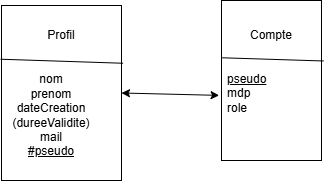
Above: Documents/Schema rel bdd user.png in Ray-an2/Kanban-RE (draw.io), before the change. Source tidied: cells renumbered, new cells last; positions are measured from the earlier drawing's top-left corner, leaving out a move shared by most shapes. The source it was exported from:
```xml
<mxGraphModel>
  <root>
    <mxCell id="0" />
    <mxCell id="1" parent="0" />
    <mxCell id="2" style="rounded=0;whiteSpace=wrap;html=1;" parent="1" vertex="1">
      <mxGeometry x="220" width="100" height="160" as="geometry" />
    </mxCell>
    <mxCell id="3" style="endArrow=none;html=1;rounded=0;exitX=0.007;exitY=0.358;exitDx=0;exitDy=0;exitPerimeter=0;entryX=1.02;entryY=0.378;entryDx=0;entryDy=0;entryPerimeter=0;" parent="1" edge="1" source="2" target="2">
      <mxGeometry relative="1" as="geometry" />
    </mxCell>
    <mxCell id="4" value="Compte" style="text;html=1;whiteSpace=wrap;strokeColor=none;fillColor=none;align=center;verticalAlign=middle;rounded=0;" parent="1" vertex="1">
      <mxGeometry x="240" y="20" width="60" height="30" as="geometry" />
    </mxCell>
    <mxCell id="5" value="&lt;u&gt;pseudo&lt;/u&gt;&lt;div&gt;mdp&lt;/div&gt;&lt;div&gt;role&lt;/div&gt;" style="text;html=1;whiteSpace=wrap;strokeColor=none;fillColor=none;align=left;verticalAlign=middle;rounded=0;" parent="1" vertex="1">
      <mxGeometry x="224" y="50" width="60" height="85" as="geometry" />
    </mxCell>
    <mxCell id="6" style="rounded=0;whiteSpace=wrap;html=1;" parent="1" vertex="1">
      <mxGeometry y="5" width="120" height="175" as="geometry" />
    </mxCell>
    <mxCell id="7" value="Profil" style="text;html=1;whiteSpace=wrap;strokeColor=none;fillColor=none;align=center;verticalAlign=middle;rounded=0;" parent="1" vertex="1">
      <mxGeometry x="30" y="20" width="60" height="30" as="geometry" />
    </mxCell>
    <mxCell id="8" style="endArrow=none;html=1;rounded=0;exitX=-0.007;exitY=0.307;exitDx=0;exitDy=0;exitPerimeter=0;entryX=1.013;entryY=0.33;entryDx=0;entryDy=0;entryPerimeter=0;" parent="1" edge="1" source="6" target="6">
      <mxGeometry relative="1" as="geometry" />
    </mxCell>
    <mxCell id="9" value="nom&lt;div&gt;prenom&lt;/div&gt;&lt;div&gt;dateCreation&lt;/div&gt;&lt;div&gt;(dureeValidite)&lt;/div&gt;&lt;div&gt;mail&lt;/div&gt;&lt;div&gt;&lt;u&gt;#pseudo&lt;/u&gt;&lt;/div&gt;" style="text;html=1;whiteSpace=wrap;strokeColor=none;fillColor=none;align=center;verticalAlign=middle;rounded=0;" parent="1" vertex="1">
      <mxGeometry x="20" y="70" width="60" height="90" as="geometry" />
    </mxCell>
    <mxCell id="10" style="endArrow=classic;startArrow=classic;html=1;rounded=0;exitX=1;exitY=0.5;exitDx=0;exitDy=0;entryX=-0.024;entryY=0.593;entryDx=0;entryDy=0;entryPerimeter=0;" parent="1" edge="1" source="6" target="2">
      <mxGeometry relative="1" as="geometry" />
    </mxCell>
  </root>
</mxGraphModel>
```
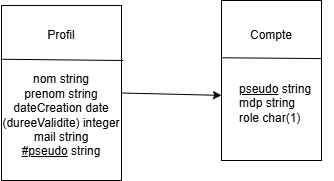
After the change.

Commit message:
Correction schéma relationnel user

The edit, as a diff of the source:
```diff
@@ -5,14 +5,14 @@
     <mxCell id="2" style="rounded=0;whiteSpace=wrap;html=1;" parent="1" vertex="1">
       <mxGeometry x="220" width="100" height="160" as="geometry" />
     </mxCell>
-    <mxCell id="3" style="endArrow=none;html=1;rounded=0;exitX=0.007;exitY=0.358;exitDx=0;exitDy=0;exitPerimeter=0;entryX=1.02;entryY=0.378;entryDx=0;entryDy=0;entryPerimeter=0;" parent="1" edge="1" source="2" target="2">
+    <mxCell id="3" style="endArrow=none;html=1;rounded=0;exitX=0.007;exitY=0.358;exitDx=0;exitDy=0;exitPerimeter=0;entryX=1;entryY=0.363;entryDx=0;entryDy=0;entryPerimeter=0;" parent="1" edge="1" source="2" target="2">
       <mxGeometry relative="1" as="geometry" />
     </mxCell>
     <mxCell id="4" value="Compte" style="text;html=1;whiteSpace=wrap;strokeColor=none;fillColor=none;align=center;verticalAlign=middle;rounded=0;" parent="1" vertex="1">
       <mxGeometry x="240" y="20" width="60" height="30" as="geometry" />
     </mxCell>
-    <mxCell id="5" value="&lt;u&gt;pseudo&lt;/u&gt;&lt;div&gt;mdp&lt;/div&gt;&lt;div&gt;role&lt;/div&gt;" style="text;html=1;whiteSpace=wrap;strokeColor=none;fillColor=none;align=left;verticalAlign=middle;rounded=0;" parent="1" vertex="1">
-      <mxGeometry x="224" y="50" width="60" height="85" as="geometry" />
+    <mxCell id="5" value="&lt;u&gt;pseudo&lt;/u&gt;&amp;nbsp;string&lt;div&gt;mdp string&lt;/div&gt;&lt;div&gt;role char(1)&lt;/div&gt;" style="text;html=1;whiteSpace=wrap;strokeColor=none;fillColor=none;align=left;verticalAlign=middle;rounded=0;" parent="1" vertex="1">
+      <mxGeometry x="236" y="60" width="96" height="85" as="geometry" />
     </mxCell>
     <mxCell id="6" style="rounded=0;whiteSpace=wrap;html=1;" parent="1" vertex="1">
       <mxGeometry y="5" width="120" height="175" as="geometry" />
@@ -20,13 +20,15 @@
     <mxCell id="7" value="Profil" style="text;html=1;whiteSpace=wrap;strokeColor=none;fillColor=none;align=center;verticalAlign=middle;rounded=0;" parent="1" vertex="1">
       <mxGeometry x="30" y="20" width="60" height="30" as="geometry" />
     </mxCell>
-    <mxCell id="8" style="endArrow=none;html=1;rounded=0;exitX=-0.007;exitY=0.307;exitDx=0;exitDy=0;exitPerimeter=0;entryX=1.013;entryY=0.33;entryDx=0;entryDy=0;entryPerimeter=0;" parent="1" edge="1" source="6" target="6">
-      <mxGeometry relative="1" as="geometry" />
+    <mxCell id="8" style="endArrow=none;html=1;rounded=0;exitX=-0.007;exitY=0.307;exitDx=0;exitDy=0;exitPerimeter=0;" parent="1" edge="1" source="6">
+      <mxGeometry relative="1" as="geometry">
+        <mxPoint x="122" y="60" as="targetPoint" />
+      </mxGeometry>
     </mxCell>
-    <mxCell id="9" value="nom&lt;div&gt;prenom&lt;/div&gt;&lt;div&gt;dateCreation&lt;/div&gt;&lt;div&gt;(dureeValidite)&lt;/div&gt;&lt;div&gt;mail&lt;/div&gt;&lt;div&gt;&lt;u&gt;#pseudo&lt;/u&gt;&lt;/div&gt;" style="text;html=1;whiteSpace=wrap;strokeColor=none;fillColor=none;align=center;verticalAlign=middle;rounded=0;" parent="1" vertex="1">
-      <mxGeometry x="20" y="70" width="60" height="90" as="geometry" />
+    <mxCell id="9" value="nom string&lt;div&gt;prenom string&lt;/div&gt;&lt;div&gt;dateCreation date&lt;/div&gt;&lt;div&gt;(dureeValidite) integer&lt;/div&gt;&lt;div&gt;mail string&lt;/div&gt;&lt;div&gt;&lt;u&gt;#pseudo&lt;/u&gt;&amp;nbsp;string&lt;/div&gt;" style="text;html=1;whiteSpace=wrap;strokeColor=none;fillColor=none;align=center;verticalAlign=middle;rounded=0;" parent="1" vertex="1">
+      <mxGeometry y="70" width="120" height="90" as="geometry" />
     </mxCell>
-    <mxCell id="10" style="endArrow=classic;startArrow=classic;html=1;rounded=0;exitX=1;exitY=0.5;exitDx=0;exitDy=0;entryX=-0.024;entryY=0.593;entryDx=0;entryDy=0;entryPerimeter=0;" parent="1" edge="1" source="6" target="2">
+    <mxCell id="10" style="endArrow=classic;html=1;rounded=0;exitX=1;exitY=0.5;exitDx=0;exitDy=0;entryX=0;entryY=0.593;entryDx=0;entryDy=0;entryPerimeter=0;" parent="1" edge="1" source="6" target="2">
       <mxGeometry relative="1" as="geometry" />
     </mxCell>
   </root>
```
